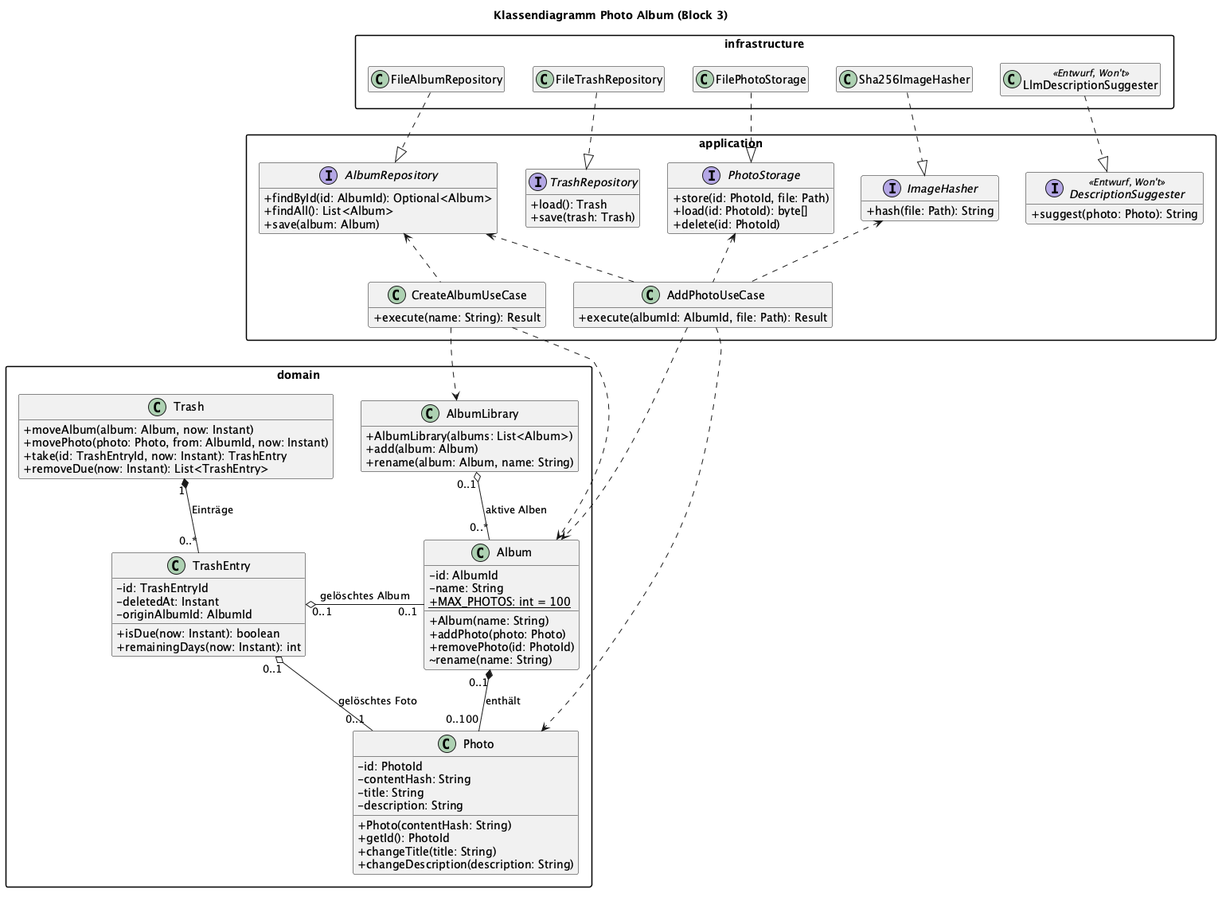
This is docs/design/klassendiagramm.png from felix-henry/photo-album-projekt, a PlantUML export, as it was before one commit.
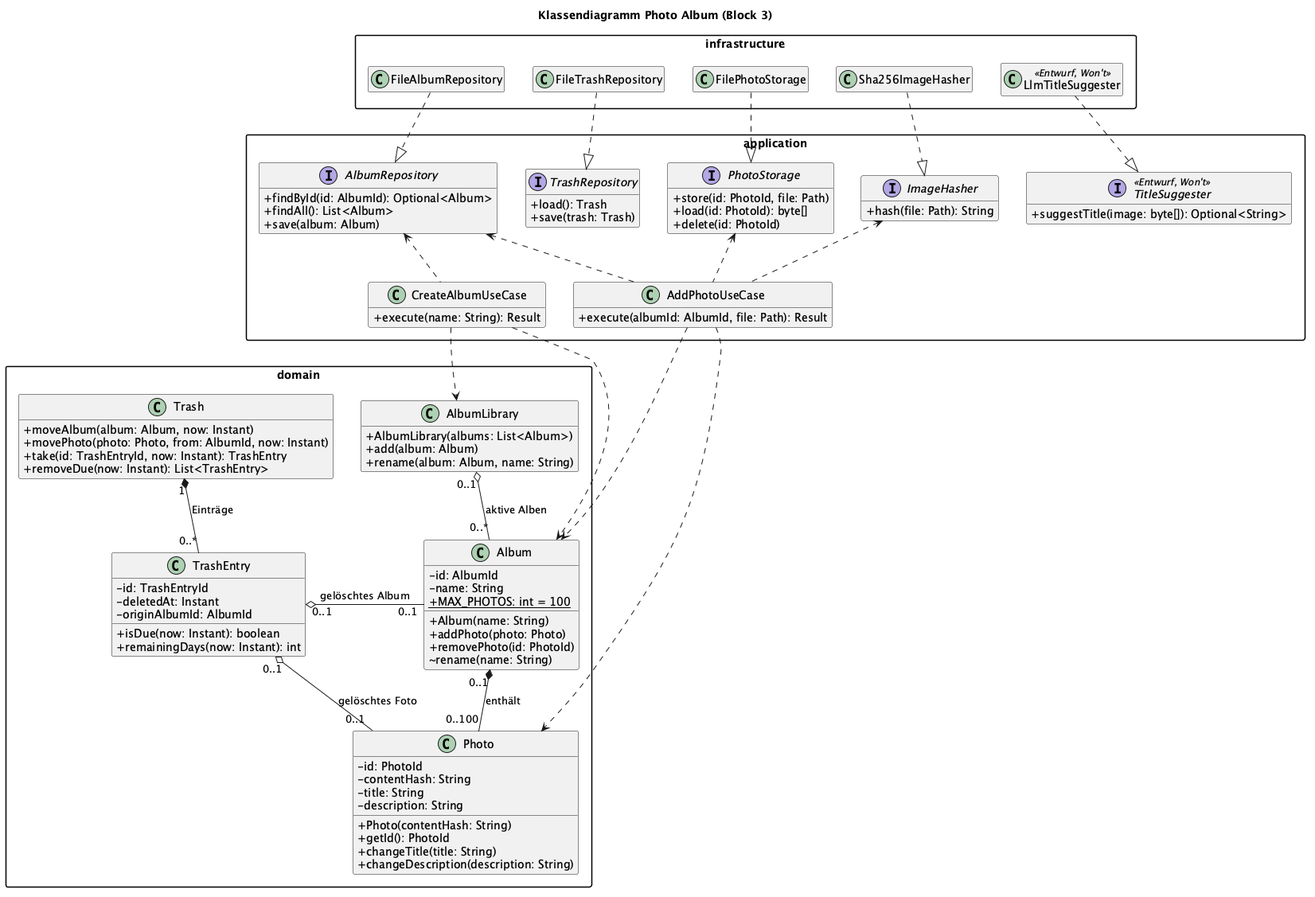
The same diagram one commit later.

Diff of the diagram source:
```diff
@@ -10,7 +10,7 @@
   class FileTrashRepository
   class FilePhotoStorage
   class Sha256ImageHasher
-  class LlmDescriptionSuggester <<Entwurf, Won't>>
+  class LlmTitleSuggester <<Entwurf, Won't>>
 }
 
 package application {
@@ -31,8 +31,8 @@
   interface ImageHasher {
     +hash(file: Path): String
   }
-  interface DescriptionSuggester <<Entwurf, Won't>> {
-    +suggest(photo: Photo): String
+  interface TitleSuggester <<Entwurf, Won't>> {
+    +suggestTitle(image: byte[]): Optional<String>
   }
   class AddPhotoUseCase {
     +execute(albumId: AlbumId, file: Path): Result
@@ -92,7 +92,7 @@
 FileTrashRepository .down.|> TrashRepository
 FilePhotoStorage .down.|> PhotoStorage
 Sha256ImageHasher .down.|> ImageHasher
-LlmDescriptionSuggester .down.|> DescriptionSuggester
+LlmTitleSuggester .down.|> TitleSuggester
 
 AddPhotoUseCase .up.> AlbumRepository
 AddPhotoUseCase .up.> ImageHasher
```
